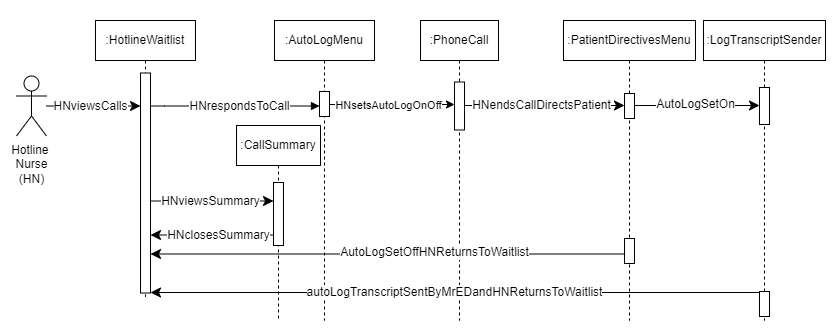
This is AmirWork/M2/Nurse_Hotline_SequenceDiagram.drawio.png from SENG-350-2024-fall/Team9, a draw.io export, as it was before one commit. Source tidied: cells renumbered, new cells last; positions are measured from the earlier drawing's top-left corner, leaving out a move shared by most shapes.
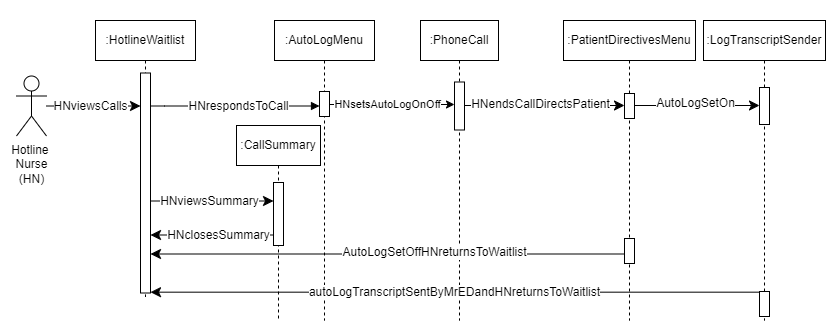
The same file after the commit.

What changed in the source:
```diff
@@ -131,14 +131,14 @@
         <mxPoint x="21" as="offset" />
       </mxGeometry>
     </mxCell>
-    <mxCell id="33" value="AutoLogSetOffHNReturnsToWaitlist" style="edgeStyle=elbowEdgeStyle;curved=0;rounded=0;jettySize=auto;html=1;elbow=horizontal;fontSize=12;startSize=8;endSize=8;startArrow=classic;startFill=1;endArrow=none;endFill=0;" parent="1" edge="1" source="7" target="25">
+    <mxCell id="33" value="AutoLogSetOffHNreturnsToWaitlist" style="edgeStyle=elbowEdgeStyle;curved=0;rounded=0;jettySize=auto;html=1;elbow=horizontal;fontSize=12;startSize=8;endSize=8;startArrow=classic;startFill=1;endArrow=none;endFill=0;" parent="1" edge="1" source="7" target="25">
       <mxGeometry x="0.2" y="2" relative="1" as="geometry">
         <Array as="points">
           <mxPoint x="354" y="253.5" />
         </Array>
       </mxGeometry>
     </mxCell>
-    <mxCell id="34" value="autoLogTranscriptSentByMrEDandHNReturnsToWaitlist" style="edgeStyle=elbowEdgeStyle;curved=0;rounded=0;jettySize=auto;html=1;elbow=vertical;fontSize=12;startSize=8;endSize=8;" parent="1" edge="1" source="29" target="7">
+    <mxCell id="34" value="autoLogTranscriptSentByMrEDandHNreturnsToWaitlist" style="edgeStyle=elbowEdgeStyle;curved=0;rounded=0;jettySize=auto;html=1;elbow=vertical;fontSize=12;startSize=8;endSize=8;" parent="1" edge="1" source="29" target="7">
       <mxGeometry relative="1" as="geometry" />
     </mxCell>
   </root>
```
